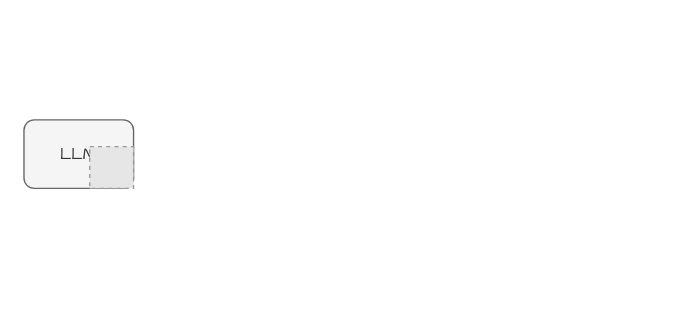
Above: ptp.drawio in Tarseus/drawio (draw.io), before the change. Source tidied: cells renumbered, new cells numbered last; positions are measured from the earlier drawing's top-left corner, leaving out a move shared by most shapes. Both pictures are drawn from the tidied source at 137%, with x=0, y=0 at pixel (23, 119). Pictures stored in the file or linked from it are replaced by grey dashed boxes.
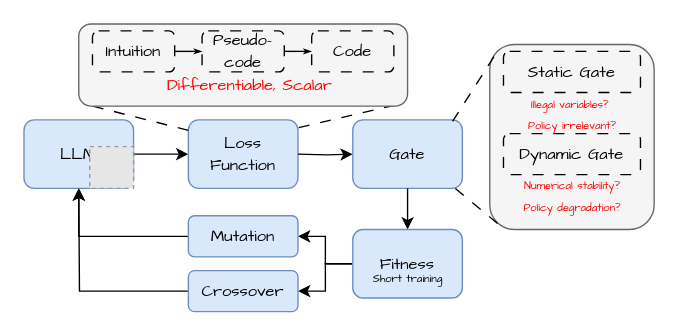
Above is the later version.

Change to the diagram source:
```diff
@@
+    <mxCell id="4" style="edgeStyle=orthogonalEdgeStyle;rounded=0;jettySize=auto;html=1;exitX=1;exitY=0.5;exitDx=0;exitDy=0;entryX=0;entryY=0.5;entryDx=0;entryDy=0;" parent="1" edge="1" source="2" target="5">
+      <mxGeometry relative="1" as="geometry" />
+    </mxCell>
-    <mxCell id="2" value="&lt;font face=&quot;Comic Sans MS&quot;&gt;LLM&lt;/font&gt;" style="rounded=1;whiteSpace=wrap;html=1;fillColor=#f5f5f5;fontColor=#333333;strokeColor=#666666;" parent="1" vertex="1">
+    <mxCell id="2" value="&lt;font face=&quot;Comic Sans MS&quot;&gt;LLM&lt;/font&gt;" style="rounded=1;whiteSpace=wrap;html=1;fillColor=#dae8fc;strokeColor=#6c8ebf;" parent="1" vertex="1">
       <mxGeometry width="80" height="50" as="geometry" />
     </mxCell>
@@
+    <mxCell id="5" value="&lt;font face=&quot;Comic Sans MS&quot;&gt;Loss Function&lt;/font&gt;" style="rounded=1;whiteSpace=wrap;html=1;fillColor=#dae8fc;strokeColor=#6c8ebf;" parent="1" vertex="1">
+      <mxGeometry x="120" width="80" height="50" as="geometry" />
+    </mxCell>
+    <mxCell id="6" style="edgeStyle=orthogonalEdgeStyle;rounded=0;jettySize=auto;html=1;exitX=1;exitY=0.5;exitDx=0;exitDy=0;entryX=0;entryY=0.5;entryDx=0;entryDy=0;" parent="1" edge="1" target="7">
+      <mxGeometry relative="1" as="geometry">
+        <mxPoint x="200" y="25" as="sourcePoint" />
+      </mxGeometry>
+    </mxCell>
+    <mxCell id="7" value="&lt;font face=&quot;Comic Sans MS&quot;&gt;Gate&lt;/font&gt;" style="rounded=1;whiteSpace=wrap;html=1;fillColor=#dae8fc;strokeColor=#6c8ebf;" parent="1" vertex="1">
+      <mxGeometry x="240" width="80" height="50" as="geometry" />
+    </mxCell>
+    <mxCell id="8" style="edgeStyle=orthogonalEdgeStyle;rounded=0;jettySize=auto;html=1;exitX=0.5;exitY=1;exitDx=0;exitDy=0;entryX=0.5;entryY=0;entryDx=0;entryDy=0;" parent="1" edge="1" source="7" target="11">
+      <mxGeometry relative="1" as="geometry" />
+    </mxCell>
+    <mxCell id="9" style="edgeStyle=orthogonalEdgeStyle;rounded=0;jettySize=auto;html=1;exitX=0;exitY=0.5;exitDx=0;exitDy=0;entryX=1;entryY=0.5;entryDx=0;entryDy=0;" parent="1" edge="1" source="11" target="13">
+      <mxGeometry relative="1" as="geometry" />
+    </mxCell>
+    <mxCell id="10" style="edgeStyle=orthogonalEdgeStyle;rounded=0;jettySize=auto;html=1;exitX=0;exitY=0.5;exitDx=0;exitDy=0;entryX=1;entryY=0.5;entryDx=0;entryDy=0;" parent="1" edge="1" source="11" target="15">
+      <mxGeometry relative="1" as="geometry" />
+    </mxCell>
+    <mxCell id="11" value="&lt;font face=&quot;Comic Sans MS&quot;&gt;Fitness&lt;/font&gt;" style="rounded=1;whiteSpace=wrap;html=1;fillColor=#dae8fc;strokeColor=#6c8ebf;" parent="1" vertex="1">
+      <mxGeometry x="240" y="80" width="80" height="50" as="geometry" />
+    </mxCell>
+    <mxCell id="12" style="edgeStyle=orthogonalEdgeStyle;rounded=0;jettySize=auto;html=1;exitX=0;exitY=0.5;exitDx=0;exitDy=0;entryX=0.5;entryY=1;entryDx=0;entryDy=0;" parent="1" edge="1" source="13" target="2">
+      <mxGeometry relative="1" as="geometry" />
+    </mxCell>
+    <mxCell id="13" value="&lt;font face=&quot;Comic Sans MS&quot;&gt;Mutation&lt;/font&gt;" style="rounded=1;whiteSpace=wrap;html=1;fillColor=#dae8fc;strokeColor=#6c8ebf;" parent="1" vertex="1">
+      <mxGeometry x="120" y="70" width="80" height="30" as="geometry" />
+    </mxCell>
+    <mxCell id="14" style="edgeStyle=orthogonalEdgeStyle;rounded=0;jettySize=auto;html=1;exitX=0;exitY=0.5;exitDx=0;exitDy=0;" parent="1" edge="1" source="15">
+      <mxGeometry relative="1" as="geometry">
+        <mxPoint x="40" y="50" as="targetPoint" />
+      </mxGeometry>
+    </mxCell>
+    <mxCell id="15" value="&lt;font face=&quot;Comic Sans MS&quot;&gt;Crossover&lt;/font&gt;" style="rounded=1;whiteSpace=wrap;html=1;fillColor=#dae8fc;strokeColor=#6c8ebf;" parent="1" vertex="1">
+      <mxGeometry x="120" y="110" width="80" height="30" as="geometry" />
+    </mxCell>
+    <mxCell id="16" style="endArrow=none;dashed=1;html=1;rounded=0;dashPattern=8 8;exitX=1.007;exitY=0.113;exitDx=0;exitDy=0;exitPerimeter=0;entryX=0.985;entryY=0.966;entryDx=0;entryDy=0;entryPerimeter=0;" parent="1" edge="1" source="5" target="19">
+      <mxGeometry relative="1" as="geometry" />
+    </mxCell>
+    <mxCell id="17" style="endArrow=none;dashed=1;html=1;rounded=0;dashPattern=8 8;exitX=0;exitY=0.153;exitDx=0;exitDy=0;exitPerimeter=0;entryX=0.023;entryY=0.98;entryDx=0;entryDy=0;entryPerimeter=0;" parent="1" edge="1" source="5" target="19">
+      <mxGeometry relative="1" as="geometry" />
+    </mxCell>
+    <mxCell id="18" style="group;" parent="1" vertex="1">
+      <mxGeometry x="40" y="-70" width="240" height="60" as="geometry" />
+    </mxCell>
+    <mxCell id="19" style="rounded=1;whiteSpace=wrap;html=1;fillColor=#f5f5f5;fontColor=#333333;strokeColor=#666666;" parent="18" vertex="1">
+      <mxGeometry width="240" height="60" as="geometry" />
+    </mxCell>
+    <mxCell id="20" style="edgeStyle=orthogonalEdgeStyle;rounded=0;jettySize=auto;html=1;exitX=1;exitY=0.5;exitDx=0;exitDy=0;entryX=0;entryY=0.5;entryDx=0;entryDy=0;endArrow=classicThin;endFill=1;endSize=3;" parent="18" edge="1" source="21" target="22">
+      <mxGeometry relative="1" as="geometry" />
+    </mxCell>
+    <mxCell id="21" value="&lt;font face=&quot;Comic Sans MS&quot;&gt;Intuition&lt;/font&gt;" style="rounded=1;whiteSpace=wrap;html=1;dashed=1;dashPattern=8 8;fillColor=none;" parent="18" vertex="1">
+      <mxGeometry x="10" y="5" width="60" height="30" as="geometry" />
+    </mxCell>
+    <mxCell id="22" value="&lt;font face=&quot;Comic Sans MS&quot;&gt;Pseudo-code&lt;/font&gt;" style="rounded=1;whiteSpace=wrap;html=1;dashed=1;dashPattern=8 8;fillColor=none;" parent="18" vertex="1">
+      <mxGeometry x="90" y="5" width="60" height="30" as="geometry" />
+    </mxCell>
+    <mxCell id="23" value="&lt;font face=&quot;Comic Sans MS&quot;&gt;Code&lt;/font&gt;" style="rounded=1;whiteSpace=wrap;html=1;dashed=1;dashPattern=8 8;fillColor=none;" parent="18" vertex="1">
+      <mxGeometry x="170" y="5" width="60" height="30" as="geometry" />
+    </mxCell>
+    <mxCell id="24" style="edgeStyle=orthogonalEdgeStyle;rounded=0;jettySize=auto;html=1;exitX=1;exitY=0.5;exitDx=0;exitDy=0;entryX=0;entryY=0.5;entryDx=0;entryDy=0;endArrow=classicThin;endFill=1;endSize=3;" parent="18" edge="1" target="23">
+      <mxGeometry relative="1" as="geometry">
+        <mxPoint x="150" y="20" as="sourcePoint" />
+      </mxGeometry>
+    </mxCell>
+    <mxCell id="25" value="&lt;font face=&quot;Comic Sans MS&quot;&gt;Differentiable, Scalar&lt;/font&gt;" style="text;html=1;whiteSpace=wrap;strokeColor=none;fillColor=none;align=center;verticalAlign=middle;rounded=0;fontColor=#FF0000;" parent="18" vertex="1">
+      <mxGeometry x="60" y="30" width="130" height="30" as="geometry" />
+    </mxCell>
+    <mxCell id="26" style="rounded=1;whiteSpace=wrap;html=1;fillColor=#f5f5f5;fontColor=#333333;strokeColor=#666666;" parent="1" vertex="1">
+      <mxGeometry x="340" y="-55" width="120" height="135" as="geometry" />
+    </mxCell>
+    <mxCell id="27" style="endArrow=none;html=1;rounded=0;exitX=0.911;exitY=0.022;exitDx=0;exitDy=0;exitPerimeter=0;entryX=0.047;entryY=0.036;entryDx=0;entryDy=0;entryPerimeter=0;dashed=1;dashPattern=8 8;" parent="1" edge="1" source="7" target="26">
+      <mxGeometry relative="1" as="geometry" />
+    </mxCell>
+    <mxCell id="28" style="endArrow=none;html=1;rounded=0;exitX=0.936;exitY=1.002;exitDx=0;exitDy=0;exitPerimeter=0;entryX=0.048;entryY=0.968;entryDx=0;entryDy=0;entryPerimeter=0;dashed=1;dashPattern=8 8;" parent="1" edge="1" source="7" target="26">
+      <mxGeometry relative="1" as="geometry" />
+    </mxCell>
+    <mxCell id="29" value="&lt;font face=&quot;Comic Sans MS&quot;&gt;Static Gate&lt;/font&gt;" style="rounded=1;whiteSpace=wrap;html=1;dashed=1;dashPattern=8 8;fillColor=none;" parent="1" vertex="1">
+      <mxGeometry x="350" y="-50" width="100" height="30" as="geometry" />
+    </mxCell>
+    <mxCell id="30" value="&lt;font face=&quot;Comic Sans MS&quot; style=&quot;font-size: 8px; color: rgb(255, 0, 0);&quot;&gt;Illegal variables?&amp;nbsp;&lt;/font&gt;&lt;div&gt;&lt;font face=&quot;Comic Sans MS&quot; style=&quot;font-size: 8px; color: rgb(255, 0, 0);&quot;&gt;Policy irrelevant?&lt;/font&gt;&lt;/div&gt;" style="text;html=1;whiteSpace=wrap;strokeColor=none;fillColor=none;align=center;verticalAlign=middle;rounded=0;" parent="1" vertex="1">
+      <mxGeometry x="347.5" y="-20" width="105" height="30" as="geometry" />
+    </mxCell>
+    <mxCell id="31" value="&lt;font face=&quot;Comic Sans MS&quot;&gt;Dynamic Gate&lt;/font&gt;" style="rounded=1;whiteSpace=wrap;html=1;dashed=1;dashPattern=8 8;fillColor=none;" parent="1" vertex="1">
+      <mxGeometry x="350" y="10" width="100" height="30" as="geometry" />
+    </mxCell>
+    <mxCell id="32" value="&lt;font face=&quot;Comic Sans MS&quot; style=&quot;color: rgb(255, 0, 0);&quot;&gt;&lt;span style=&quot;font-size: 8px;&quot;&gt;Numerical stability?&lt;/span&gt;&lt;/font&gt;&lt;div&gt;&lt;font face=&quot;Comic Sans MS&quot; style=&quot;color: rgb(255, 0, 0);&quot;&gt;&lt;span style=&quot;font-size: 8px;&quot;&gt;Policy degradation?&lt;/span&gt;&lt;/font&gt;&lt;/div&gt;" style="text;html=1;whiteSpace=wrap;strokeColor=none;fillColor=none;align=center;verticalAlign=middle;rounded=0;" parent="1" vertex="1">
+      <mxGeometry x="347.5" y="40" width="105" height="30" as="geometry" />
+    </mxCell>
+    <mxCell id="33" value="&lt;font face=&quot;Comic Sans MS&quot;&gt;&lt;span style=&quot;font-size: 8px;&quot;&gt;Short training&lt;/span&gt;&lt;/font&gt;" style="text;html=1;whiteSpace=wrap;strokeColor=none;fillColor=none;align=center;verticalAlign=middle;rounded=0;" parent="1" vertex="1">
+      <mxGeometry x="227.5" y="100" width="105" height="30" as="geometry" />
+    </mxCell>
```
